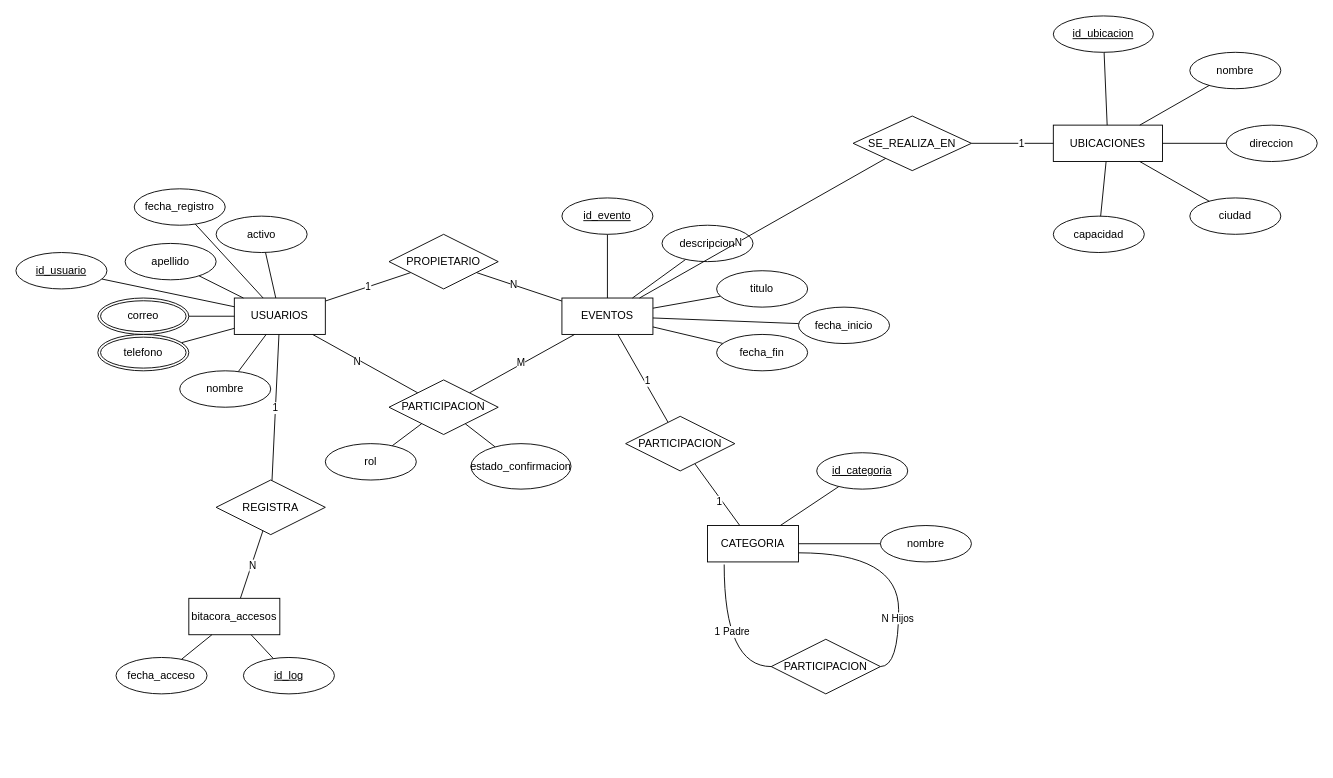
The draw.io diagram Diagrama_Chen_Agenda_Ubicaciones.drawio in Ju4nj0s3MM/Proyecto_agenda, before the edit. Source tidied: cells renumbered, new cells numbered last; positions are measured from the earlier drawing's top-left corner, leaving out a move shared by most shapes. Both pictures are drawn from the tidied source at 91%, with x=0, y=0 at pixel (15, 15).
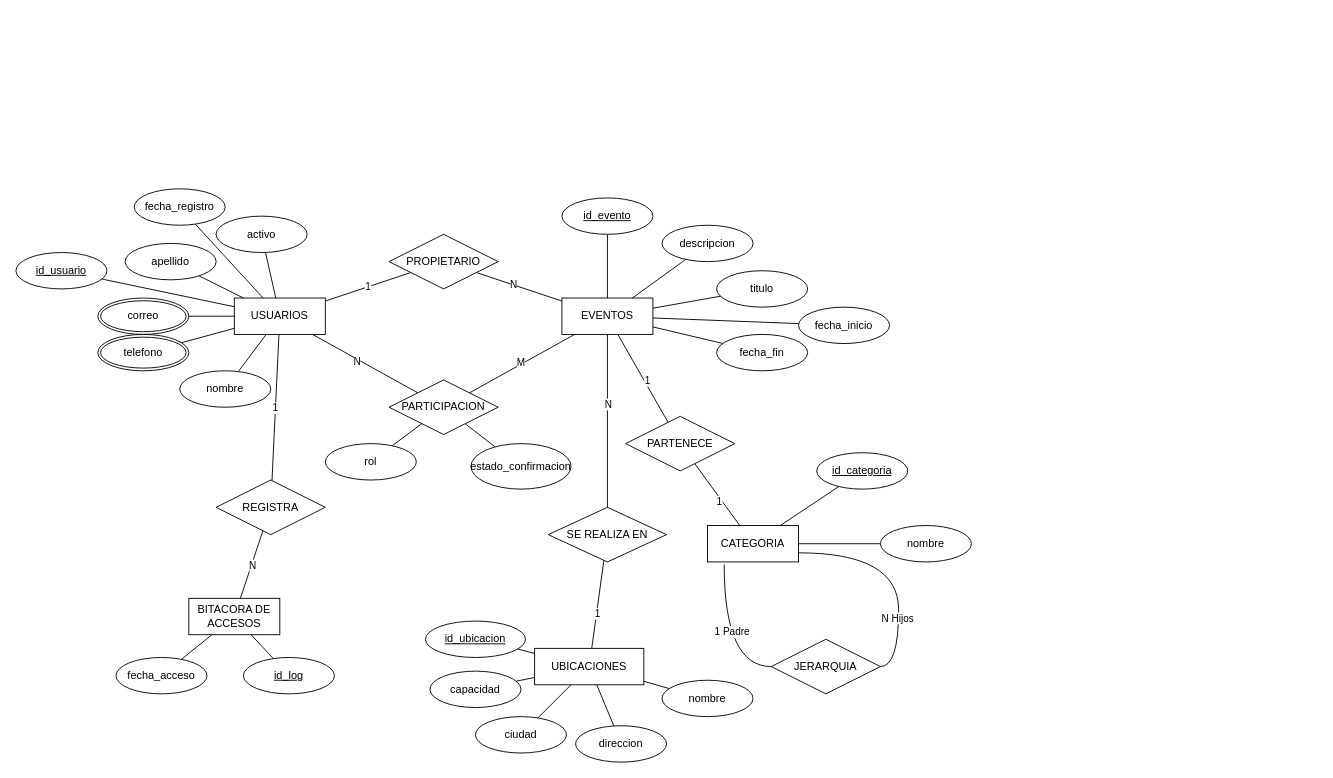
After the change.

Commit message (it also covers changes not shown here):
DB: Adicion de la tabla de ubicaciones y la FK de ubicacion en eventos

The edit, as a diff of the source:
```diff
@@
-    <mxCell id="47" value="bitacora_accesos" style="whiteSpace=wrap;html=1;align=center;" parent="1" vertex="1">
+    <mxCell id="47" value="BITACORA DE ACCESOS" style="whiteSpace=wrap;html=1;align=center;" parent="1" vertex="1">
       <mxGeometry x="190" y="640" width="100" height="40" as="geometry" />
     </mxCell>
@@
-    <mxCell id="56" value="PARTICIPACION" style="shape=rhombus;perimeter=rhombusPerimeter;whiteSpace=wrap;html=1;align=center;" parent="1" vertex="1">
+    <mxCell id="56" value="PARTENECE" style="shape=rhombus;perimeter=rhombusPerimeter;whiteSpace=wrap;html=1;align=center;" parent="1" vertex="1">
       <mxGeometry x="670" y="440" width="120" height="60" as="geometry" />
     </mxCell>
@@
-    <mxCell id="64" value="PARTICIPACION" style="shape=rhombus;perimeter=rhombusPerimeter;whiteSpace=wrap;html=1;align=center;" parent="1" vertex="1">
+    <mxCell id="64" value="JERARQUIA" style="shape=rhombus;perimeter=rhombusPerimeter;whiteSpace=wrap;html=1;align=center;" parent="1" vertex="1">
       <mxGeometry x="830" y="685" width="120" height="60" as="geometry" />
     </mxCell>
@@
     <mxCell id="67" value="UBICACIONES" style="whiteSpace=wrap;html=1;align=center;" parent="1" vertex="1">
-      <mxGeometry x="1140" y="120" width="120" height="40" as="geometry" />
+      <mxGeometry x="570" y="695" width="120" height="40" as="geometry" />
     </mxCell>
     <mxCell id="68" value="id_ubicacion" style="ellipse;whiteSpace=wrap;html=1;align=center;fontStyle=4;" parent="1" vertex="1">
-      <mxGeometry x="1140" width="110" height="40" as="geometry" />
+      <mxGeometry x="450" y="665" width="110" height="40" as="geometry" />
     </mxCell>
@@
     <mxCell id="70" value="nombre" style="ellipse;whiteSpace=wrap;html=1;align=center;" parent="1" vertex="1">
-      <mxGeometry x="1290" y="40" width="100" height="40" as="geometry" />
+      <mxGeometry x="710" y="730" width="100" height="40" as="geometry" />
     </mxCell>
@@
     <mxCell id="72" value="direccion" style="ellipse;whiteSpace=wrap;html=1;align=center;" parent="1" vertex="1">
-      <mxGeometry x="1330" y="120" width="100" height="40" as="geometry" />
+      <mxGeometry x="615" y="780" width="100" height="40" as="geometry" />
     </mxCell>
@@
     <mxCell id="74" value="ciudad" style="ellipse;whiteSpace=wrap;html=1;align=center;" parent="1" vertex="1">
-      <mxGeometry x="1290" y="200" width="100" height="40" as="geometry" />
+      <mxGeometry x="505" y="770" width="100" height="40" as="geometry" />
     </mxCell>
@@
     <mxCell id="76" value="capacidad" style="ellipse;whiteSpace=wrap;html=1;align=center;" parent="1" vertex="1">
-      <mxGeometry x="1140" y="220" width="100" height="40" as="geometry" />
+      <mxGeometry x="455" y="720" width="100" height="40" as="geometry" />
     </mxCell>
@@
-    <mxCell id="78" value="SE_REALIZA_EN" style="shape=rhombus;perimeter=rhombusPerimeter;whiteSpace=wrap;html=1;align=center;" parent="1" vertex="1">
-      <mxGeometry x="920" y="110" width="130" height="60" as="geometry" />
+    <mxCell id="78" value="SE REALIZA EN" style="shape=rhombus;perimeter=rhombusPerimeter;whiteSpace=wrap;html=1;align=center;" parent="1" vertex="1">
+      <mxGeometry x="585" y="540" width="130" height="60" as="geometry" />
     </mxCell>
```
